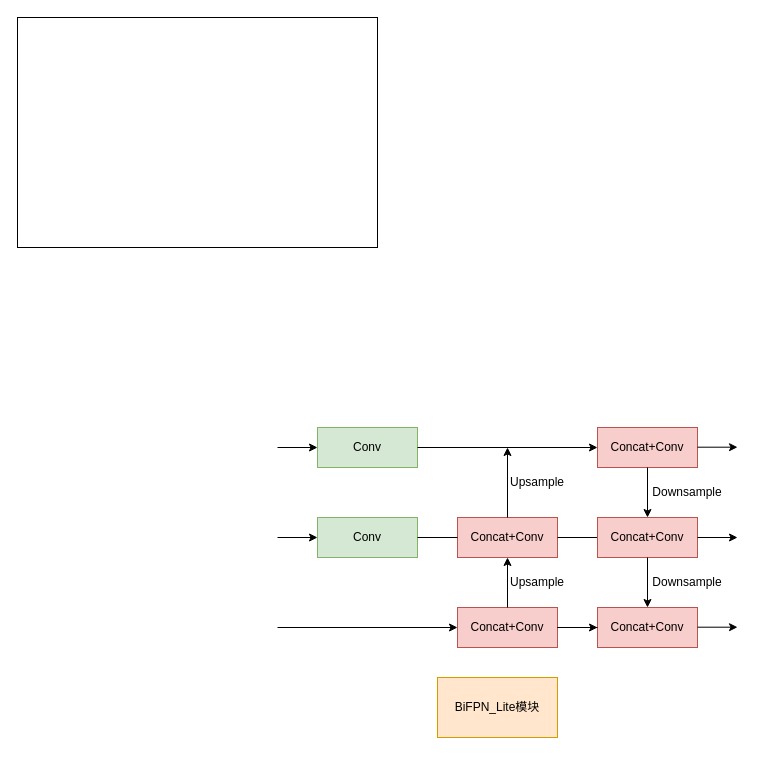
Earlier version of the draw.io diagram paper/Figure/figure2.drawio (SEMHAQ/VisDrone_Experiment). Source tidied: cells renumbered, new cells numbered last; positions are measured from the earlier drawing's top-left corner, leaving out a move shared by most shapes. Both pictures are drawn from the tidied source at 100%, with x=0, y=0 at pixel (17, 17).
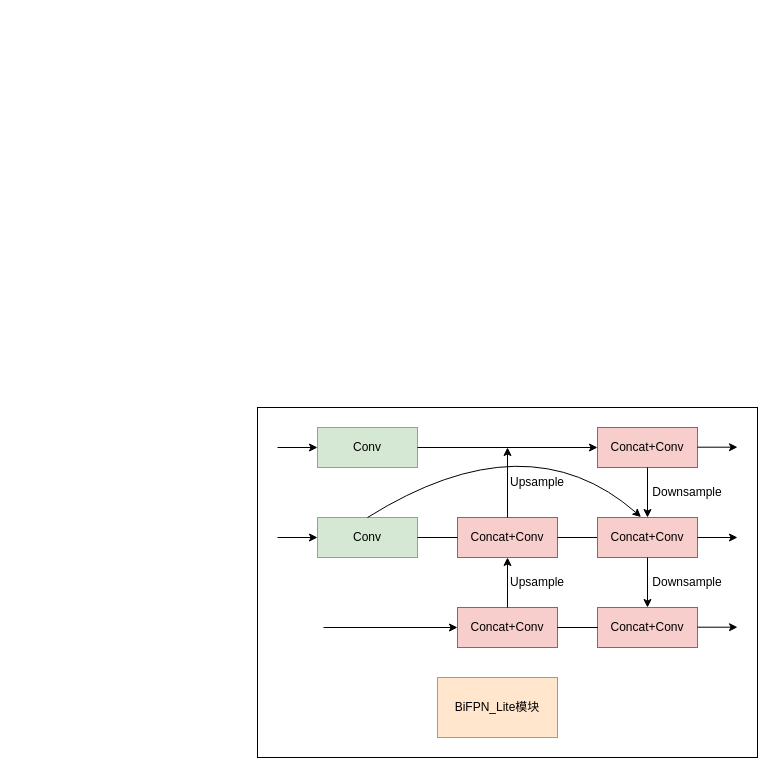
Above is the later version.

Commit message (it also covers changes not shown here):
MathType公式 & BiFPN_Lite结构图 Update

Unchanged cells that the change refers to:
```xml
<mxCell id="6" value="Conv" style="rounded=0;whiteSpace=wrap;html=1;fillColor=#d5e8d4;strokeColor=#82b366;" parent="1" vertex="1">
  <mxGeometry x="300" y="500" width="100" height="40" as="geometry" />
</mxCell>
<mxCell id="10" value="Concat+Conv" style="rounded=0;whiteSpace=wrap;html=1;fillColor=#f8cecc;strokeColor=#b85450;" parent="1" vertex="1">
  <mxGeometry x="440" y="590" width="100" height="40" as="geometry" />
</mxCell>
<mxCell id="16" value="Concat+Conv" style="rounded=0;whiteSpace=wrap;html=1;fillColor=#f8cecc;strokeColor=#b85450;" parent="1" vertex="1">
  <mxGeometry x="580" y="500" width="100" height="40" as="geometry" />
</mxCell>
```

Change to the diagram source:
```diff
@@
     <mxCell id="3" style="rounded=0;whiteSpace=wrap;html=1;fillColor=none;" parent="1" vertex="1">
-      <mxGeometry width="360" height="230" as="geometry" />
+      <mxGeometry x="240" y="390" width="500" height="350" as="geometry" />
     </mxCell>
@@
     <mxCell id="11" style="endArrow=classic;html=1;rounded=0;entryX=0;entryY=0.5;entryDx=0;entryDy=0;" parent="1" edge="1" target="10">
       <mxGeometry relative="1" as="geometry">
-        <mxPoint x="260" y="610" as="sourcePoint" />
+        <mxPoint x="306" y="610" as="sourcePoint" />
       </mxGeometry>
     </mxCell>
@@
-    <mxCell id="15" style="endArrow=classic;html=1;rounded=0;exitX=1;exitY=0.5;exitDx=0;exitDy=0;" parent="1" edge="1">
+    <mxCell id="15" style="endArrow=none;html=1;rounded=0;exitX=1;exitY=0.5;exitDx=0;exitDy=0;endFill=0;" parent="1" edge="1">
       <mxGeometry relative="1" as="geometry">
         <mxPoint x="540" y="610" as="sourcePoint" />
         <mxPoint x="580" y="610" as="targetPoint" />
       </mxGeometry>
     </mxCell>
@@
+    <mxCell id="30" style="endArrow=classic;html=1;rounded=0;exitX=0.5;exitY=0;exitDx=0;exitDy=0;entryX=0.435;entryY=-0.013;entryDx=0;entryDy=0;curved=1;entryPerimeter=0;" parent="1" edge="1" source="6" target="16">
+      <mxGeometry relative="1" as="geometry">
+        <Array as="points">
+          <mxPoint x="510" y="400" />
+        </Array>
+      </mxGeometry>
+    </mxCell>
```
